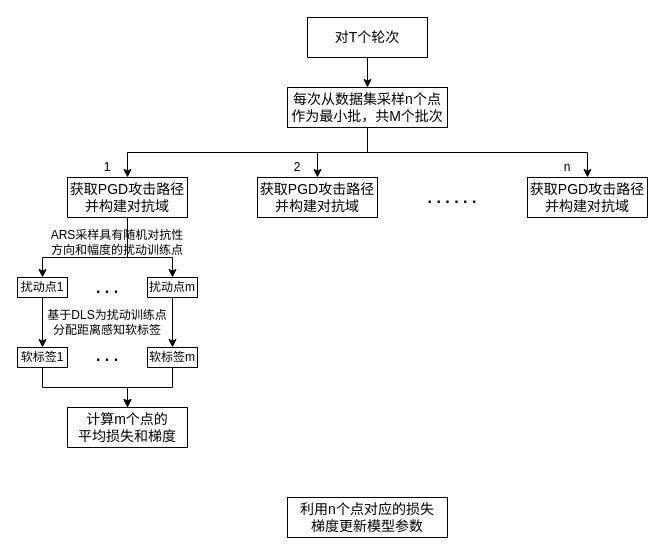
Zhou-AY/hello-world keeps this draw.io diagram as RAT.drawio. Above is the earlier version. Source tidied: cells renumbered, new cells numbered last; positions are measured from the earlier drawing's top-left corner, leaving out a move shared by most shapes. Both pictures are drawn from the tidied source at 100%, with x=0, y=0 at pixel (17, 17).
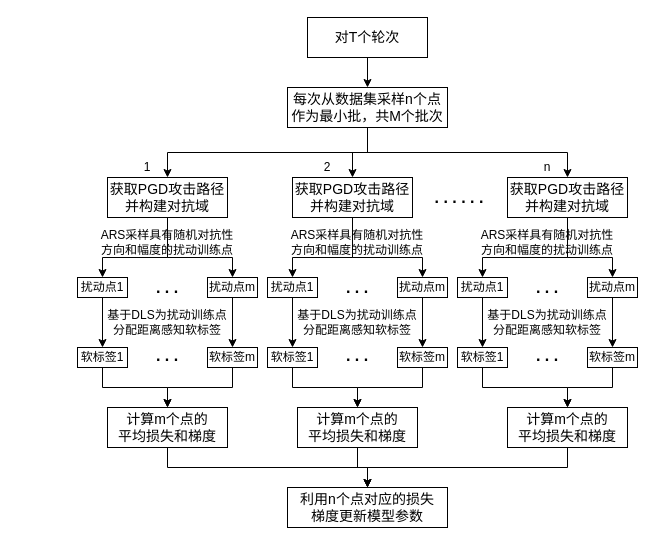
The same page after the edit.

Change to the diagram source:
```diff
@@
     <mxCell id="8" style="edgeStyle=orthogonalEdgeStyle;rounded=0;jettySize=auto;html=1;exitX=0.5;exitY=1;exitDx=0;exitDy=0;entryX=0.5;entryY=0;entryDx=0;entryDy=0;" parent="1" edge="1" source="10" target="18">
       <mxGeometry relative="1" as="geometry">
         <Array as="points">
-          <mxPoint x="110" y="240" />
-          <mxPoint x="25" y="240" />
+          <mxPoint x="150" y="240" />
+          <mxPoint x="85" y="240" />
         </Array>
       </mxGeometry>
     </mxCell>
-    <mxCell id="9" style="edgeStyle=orthogonalEdgeStyle;rounded=0;jettySize=auto;html=1;exitX=0.5;exitY=1;exitDx=0;exitDy=0;" parent="1" edge="1" source="10" target="20">
+    <mxCell id="9" style="edgeStyle=orthogonalEdgeStyle;rounded=0;jettySize=auto;html=1;exitX=0.5;exitY=1;exitDx=0;exitDy=0;entryX=0.5;entryY=0;entryDx=0;entryDy=0;" parent="1" edge="1" source="10" target="20">
       <mxGeometry relative="1" as="geometry">
         <Array as="points">
-          <mxPoint x="110" y="240" />
-          <mxPoint x="155" y="240" />
+          <mxPoint x="150" y="240" />
+          <mxPoint x="215" y="240" />
         </Array>
       </mxGeometry>
     </mxCell>
     <mxCell id="10" value="&lt;font style=&quot;font-size: 14px;&quot;&gt;获取PGD攻击路径&lt;br&gt;并构建对抗域&lt;br&gt;&lt;/font&gt;" style="rounded=0;whiteSpace=wrap;html=1;" parent="1" vertex="1">
-      <mxGeometry x="50" y="160" width="120" height="40" as="geometry" />
+      <mxGeometry x="90" y="160" width="120" height="40" as="geometry" />
     </mxCell>
+    <mxCell id="31" style="edgeStyle=orthogonalEdgeStyle;rounded=0;jettySize=auto;html=1;exitX=0.5;exitY=1;exitDx=0;exitDy=0;entryX=0.5;entryY=0;entryDx=0;entryDy=0;" parent="1" edge="1" source="11" target="35">
+      <mxGeometry relative="1" as="geometry">
+        <Array as="points">
+          <mxPoint x="335" y="240" />
+          <mxPoint x="275" y="240" />
+        </Array>
+      </mxGeometry>
+    </mxCell>
+    <mxCell id="32" style="edgeStyle=orthogonalEdgeStyle;rounded=0;jettySize=auto;html=1;exitX=0.5;exitY=1;exitDx=0;exitDy=0;" parent="1" edge="1" source="11" target="37">
+      <mxGeometry relative="1" as="geometry">
+        <Array as="points">
+          <mxPoint x="335" y="240" />
+          <mxPoint x="405" y="240" />
+        </Array>
+      </mxGeometry>
+    </mxCell>
     <mxCell id="11" value="&lt;font style=&quot;font-size: 14px;&quot;&gt;获取PGD攻击路径&lt;br&gt;并构建对抗域&lt;br&gt;&lt;/font&gt;" style="rounded=0;whiteSpace=wrap;html=1;" parent="1" vertex="1">
-      <mxGeometry x="240" y="160" width="120" height="40" as="geometry" />
+      <mxGeometry x="275" y="160" width="120" height="40" as="geometry" />
     </mxCell>
     <mxCell id="12" value="&lt;font style=&quot;font-size: 14px;&quot;&gt;获取PGD攻击路径&lt;br&gt;并构建对抗域&lt;br&gt;&lt;/font&gt;" style="rounded=0;whiteSpace=wrap;html=1;" parent="1" vertex="1">
-      <mxGeometry x="510" y="160" width="120" height="40" as="geometry" />
+      <mxGeometry x="490" y="160" width="120" height="40" as="geometry" />
     </mxCell>
     <mxCell id="13" value="1" style="text;html=1;strokeColor=none;fillColor=none;align=center;verticalAlign=middle;whiteSpace=wrap;rounded=0;" parent="1" vertex="1">
-      <mxGeometry x="80" y="140" width="20" height="20" as="geometry" />
+      <mxGeometry x="120" y="140" width="20" height="20" as="geometry" />
     </mxCell>
     <mxCell id="14" value="2" style="text;html=1;strokeColor=none;fillColor=none;align=center;verticalAlign=middle;whiteSpace=wrap;rounded=0;" parent="1" vertex="1">
-      <mxGeometry x="270" y="140" width="20" height="20" as="geometry" />
+      <mxGeometry x="300" y="140" width="20" height="20" as="geometry" />
     </mxCell>
     <mxCell id="15" value="n" style="text;html=1;strokeColor=none;fillColor=none;align=center;verticalAlign=middle;whiteSpace=wrap;rounded=0;" parent="1" vertex="1">
-      <mxGeometry x="540" y="140" width="20" height="20" as="geometry" />
+      <mxGeometry x="520" y="140" width="20" height="20" as="geometry" />
     </mxCell>
     <mxCell id="16" value="&lt;font size=&quot;1&quot; style=&quot;&quot;&gt;&lt;b style=&quot;font-size: 16px;&quot;&gt;. . . . . .&lt;/b&gt;&lt;/font&gt;" style="text;html=1;strokeColor=none;fillColor=none;align=center;verticalAlign=middle;whiteSpace=wrap;rounded=0;" parent="1" vertex="1">
-      <mxGeometry x="400" y="172.5" width="70" height="15" as="geometry" />
+      <mxGeometry x="407" y="172.5" width="70" height="15" as="geometry" />
     </mxCell>
@@
     <mxCell id="18" value="&lt;font style=&quot;font-size: 12px;&quot;&gt;扰动点1&lt;/font&gt;" style="rounded=0;whiteSpace=wrap;html=1;" parent="1" vertex="1">
-      <mxGeometry y="260" width="50" height="20" as="geometry" />
+      <mxGeometry x="60" y="260" width="50" height="20" as="geometry" />
     </mxCell>
@@
     <mxCell id="20" value="&lt;font style=&quot;font-size: 12px;&quot;&gt;扰动点m&lt;/font&gt;" style="rounded=0;whiteSpace=wrap;html=1;" parent="1" vertex="1">
-      <mxGeometry x="130" y="260" width="50" height="20" as="geometry" />
+      <mxGeometry x="190" y="260" width="50" height="20" as="geometry" />
     </mxCell>
     <mxCell id="21" value="ARS采样具有随机对抗性方向和幅度的扰动训练点" style="text;html=1;strokeColor=none;fillColor=none;align=center;verticalAlign=middle;whiteSpace=wrap;rounded=0;" parent="1" vertex="1">
-      <mxGeometry x="30" y="210" width="140" height="30" as="geometry" />
+      <mxGeometry x="80" y="210" width="140" height="30" as="geometry" />
     </mxCell>
     <mxCell id="22" value="&lt;font size=&quot;1&quot; style=&quot;&quot;&gt;&lt;b style=&quot;font-size: 16px;&quot;&gt;. . .&lt;/b&gt;&lt;/font&gt;" style="text;html=1;strokeColor=none;fillColor=none;align=center;verticalAlign=middle;whiteSpace=wrap;rounded=0;" parent="1" vertex="1">
-      <mxGeometry x="70" y="262.5" width="40" height="15" as="geometry" />
+      <mxGeometry x="130" y="262.5" width="40" height="15" as="geometry" />
     </mxCell>
@@
     <mxCell id="24" value="&lt;font style=&quot;font-size: 12px;&quot;&gt;软标签1&lt;/font&gt;" style="rounded=0;whiteSpace=wrap;html=1;" parent="1" vertex="1">
-      <mxGeometry y="330" width="50" height="20" as="geometry" />
+      <mxGeometry x="60" y="330" width="50" height="20" as="geometry" />
     </mxCell>
@@
     <mxCell id="26" value="&lt;font style=&quot;font-size: 12px;&quot;&gt;软标签m&lt;br&gt;&lt;/font&gt;" style="rounded=0;whiteSpace=wrap;html=1;" parent="1" vertex="1">
-      <mxGeometry x="130" y="330" width="50" height="20" as="geometry" />
+      <mxGeometry x="190" y="330" width="50" height="20" as="geometry" />
     </mxCell>
     <mxCell id="27" value="&lt;font size=&quot;1&quot; style=&quot;&quot;&gt;&lt;b style=&quot;font-size: 16px;&quot;&gt;. . .&lt;/b&gt;&lt;/font&gt;" style="text;html=1;strokeColor=none;fillColor=none;align=center;verticalAlign=middle;whiteSpace=wrap;rounded=0;" parent="1" vertex="1">
-      <mxGeometry x="70" y="330" width="40" height="15" as="geometry" />
+      <mxGeometry x="130" y="330" width="40" height="15" as="geometry" />
     </mxCell>
     <mxCell id="28" value="基于DLS为扰动训练点分配距离感知软标签" style="text;html=1;strokeColor=none;fillColor=none;align=center;verticalAlign=middle;whiteSpace=wrap;rounded=0;" parent="1" vertex="1">
-      <mxGeometry x="25" y="290" width="130" height="30" as="geometry" />
+      <mxGeometry x="85" y="290" width="130" height="30" as="geometry" />
     </mxCell>
+    <mxCell id="33" style="edgeStyle=orthogonalEdgeStyle;rounded=0;jettySize=auto;html=1;exitX=0.5;exitY=1;exitDx=0;exitDy=0;entryX=0.5;entryY=0;entryDx=0;entryDy=0;" parent="1" edge="1" source="29" target="30">
+      <mxGeometry relative="1" as="geometry" />
+    </mxCell>
     <mxCell id="29" value="&lt;font style=&quot;font-size: 14px;&quot;&gt;计算m个点的&lt;br&gt;平均损失和梯度&lt;br&gt;&lt;/font&gt;" style="rounded=0;whiteSpace=wrap;html=1;" parent="1" vertex="1">
-      <mxGeometry x="50" y="390" width="120" height="40" as="geometry" />
+      <mxGeometry x="90" y="390" width="120" height="40" as="geometry" />
     </mxCell>
     <mxCell id="30" value="&lt;font style=&quot;font-size: 14px;&quot;&gt;利用n个点对应的损失&lt;br&gt;梯度更新模型参数&lt;br&gt;&lt;/font&gt;" style="rounded=0;whiteSpace=wrap;html=1;" parent="1" vertex="1">
-      <mxGeometry x="270" y="480" width="160" height="40" as="geometry" />
+      <mxGeometry x="270" y="470" width="160" height="40" as="geometry" />
     </mxCell>
+    <mxCell id="34" style="edgeStyle=orthogonalEdgeStyle;rounded=0;jettySize=auto;html=1;exitX=0.5;exitY=1;exitDx=0;exitDy=0;entryX=0.5;entryY=0;entryDx=0;entryDy=0;" parent="1" edge="1" source="35" target="41">
+      <mxGeometry relative="1" as="geometry" />
+    </mxCell>
+    <mxCell id="35" value="&lt;font style=&quot;font-size: 12px;&quot;&gt;扰动点1&lt;/font&gt;" style="rounded=0;whiteSpace=wrap;html=1;" parent="1" vertex="1">
+      <mxGeometry x="250" y="260" width="50" height="20" as="geometry" />
+    </mxCell>
+    <mxCell id="36" style="edgeStyle=orthogonalEdgeStyle;rounded=0;jettySize=auto;html=1;exitX=0.5;exitY=1;exitDx=0;exitDy=0;entryX=0.5;entryY=0;entryDx=0;entryDy=0;" parent="1" edge="1" source="37" target="43">
+      <mxGeometry relative="1" as="geometry" />
+    </mxCell>
+    <mxCell id="37" value="&lt;font style=&quot;font-size: 12px;&quot;&gt;扰动点m&lt;/font&gt;" style="rounded=0;whiteSpace=wrap;html=1;" parent="1" vertex="1">
+      <mxGeometry x="380" y="260" width="50" height="20" as="geometry" />
+    </mxCell>
+    <mxCell id="38" value="ARS采样具有随机对抗性方向和幅度的扰动训练点" style="text;html=1;strokeColor=none;fillColor=none;align=center;verticalAlign=middle;whiteSpace=wrap;rounded=0;" parent="1" vertex="1">
+      <mxGeometry x="270" y="210" width="140" height="30" as="geometry" />
+    </mxCell>
+    <mxCell id="39" value="&lt;font size=&quot;1&quot; style=&quot;&quot;&gt;&lt;b style=&quot;font-size: 16px;&quot;&gt;. . .&lt;/b&gt;&lt;/font&gt;" style="text;html=1;strokeColor=none;fillColor=none;align=center;verticalAlign=middle;whiteSpace=wrap;rounded=0;" parent="1" vertex="1">
+      <mxGeometry x="320" y="262.5" width="40" height="15" as="geometry" />
+    </mxCell>
+    <mxCell id="40" style="edgeStyle=orthogonalEdgeStyle;rounded=0;jettySize=auto;html=1;exitX=0.5;exitY=1;exitDx=0;exitDy=0;" parent="1" edge="1" source="41" target="47">
+      <mxGeometry relative="1" as="geometry" />
+    </mxCell>
+    <mxCell id="41" value="&lt;font style=&quot;font-size: 12px;&quot;&gt;软标签1&lt;/font&gt;" style="rounded=0;whiteSpace=wrap;html=1;" parent="1" vertex="1">
+      <mxGeometry x="250" y="330" width="50" height="20" as="geometry" />
+    </mxCell>
+    <mxCell id="42" style="edgeStyle=orthogonalEdgeStyle;rounded=0;jettySize=auto;html=1;exitX=0.5;exitY=1;exitDx=0;exitDy=0;" parent="1" edge="1" source="43" target="47">
+      <mxGeometry relative="1" as="geometry" />
+    </mxCell>
+    <mxCell id="43" value="&lt;font style=&quot;font-size: 12px;&quot;&gt;软标签m&lt;br&gt;&lt;/font&gt;" style="rounded=0;whiteSpace=wrap;html=1;" parent="1" vertex="1">
+      <mxGeometry x="380" y="330" width="50" height="20" as="geometry" />
+    </mxCell>
+    <mxCell id="44" value="&lt;font size=&quot;1&quot; style=&quot;&quot;&gt;&lt;b style=&quot;font-size: 16px;&quot;&gt;. . .&lt;/b&gt;&lt;/font&gt;" style="text;html=1;strokeColor=none;fillColor=none;align=center;verticalAlign=middle;whiteSpace=wrap;rounded=0;" parent="1" vertex="1">
+      <mxGeometry x="320" y="330" width="40" height="15" as="geometry" />
+    </mxCell>
+    <mxCell id="45" value="基于DLS为扰动训练点分配距离感知软标签" style="text;html=1;strokeColor=none;fillColor=none;align=center;verticalAlign=middle;whiteSpace=wrap;rounded=0;" parent="1" vertex="1">
+      <mxGeometry x="275" y="290" width="130" height="30" as="geometry" />
+    </mxCell>
+    <mxCell id="46" style="edgeStyle=orthogonalEdgeStyle;rounded=0;jettySize=auto;html=1;exitX=0.5;exitY=1;exitDx=0;exitDy=0;entryX=0.5;entryY=0;entryDx=0;entryDy=0;" parent="1" edge="1" source="47" target="30">
+      <mxGeometry relative="1" as="geometry" />
+    </mxCell>
+    <mxCell id="47" value="&lt;font style=&quot;font-size: 14px;&quot;&gt;计算m个点的&lt;br&gt;平均损失和梯度&lt;br&gt;&lt;/font&gt;" style="rounded=0;whiteSpace=wrap;html=1;" parent="1" vertex="1">
+      <mxGeometry x="280" y="390" width="120" height="40" as="geometry" />
+    </mxCell>
+    <mxCell id="48" style="edgeStyle=orthogonalEdgeStyle;rounded=0;jettySize=auto;html=1;exitX=0.5;exitY=1;exitDx=0;exitDy=0;entryX=0.5;entryY=0;entryDx=0;entryDy=0;" parent="1" edge="1" target="51">
+      <mxGeometry relative="1" as="geometry">
+        <mxPoint x="550" y="200" as="sourcePoint" />
+        <Array as="points">
+          <mxPoint x="550" y="240" />
+          <mxPoint x="465" y="240" />
+        </Array>
+      </mxGeometry>
+    </mxCell>
+    <mxCell id="49" style="edgeStyle=orthogonalEdgeStyle;rounded=0;jettySize=auto;html=1;exitX=0.5;exitY=1;exitDx=0;exitDy=0;" parent="1" edge="1" target="53">
+      <mxGeometry relative="1" as="geometry">
+        <mxPoint x="550" y="200" as="sourcePoint" />
+        <Array as="points">
+          <mxPoint x="550" y="240" />
+          <mxPoint x="595" y="240" />
+        </Array>
+      </mxGeometry>
+    </mxCell>
+    <mxCell id="50" style="edgeStyle=orthogonalEdgeStyle;rounded=0;jettySize=auto;html=1;exitX=0.5;exitY=1;exitDx=0;exitDy=0;entryX=0.5;entryY=0;entryDx=0;entryDy=0;" parent="1" edge="1" source="51" target="57">
+      <mxGeometry relative="1" as="geometry" />
+    </mxCell>
+    <mxCell id="51" value="&lt;font style=&quot;font-size: 12px;&quot;&gt;扰动点1&lt;/font&gt;" style="rounded=0;whiteSpace=wrap;html=1;" parent="1" vertex="1">
+      <mxGeometry x="440" y="260" width="50" height="20" as="geometry" />
+    </mxCell>
+    <mxCell id="52" style="edgeStyle=orthogonalEdgeStyle;rounded=0;jettySize=auto;html=1;exitX=0.5;exitY=1;exitDx=0;exitDy=0;entryX=0.5;entryY=0;entryDx=0;entryDy=0;" parent="1" edge="1" source="53" target="59">
+      <mxGeometry relative="1" as="geometry" />
+    </mxCell>
+    <mxCell id="53" value="&lt;font style=&quot;font-size: 12px;&quot;&gt;扰动点m&lt;/font&gt;" style="rounded=0;whiteSpace=wrap;html=1;" parent="1" vertex="1">
+      <mxGeometry x="570" y="260" width="50" height="20" as="geometry" />
+    </mxCell>
+    <mxCell id="54" value="ARS采样具有随机对抗性方向和幅度的扰动训练点" style="text;html=1;strokeColor=none;fillColor=none;align=center;verticalAlign=middle;whiteSpace=wrap;rounded=0;" parent="1" vertex="1">
+      <mxGeometry x="460" y="210" width="140" height="30" as="geometry" />
+    </mxCell>
+    <mxCell id="55" value="&lt;font size=&quot;1&quot; style=&quot;&quot;&gt;&lt;b style=&quot;font-size: 16px;&quot;&gt;. . .&lt;/b&gt;&lt;/font&gt;" style="text;html=1;strokeColor=none;fillColor=none;align=center;verticalAlign=middle;whiteSpace=wrap;rounded=0;" parent="1" vertex="1">
+      <mxGeometry x="510" y="262.5" width="40" height="15" as="geometry" />
+    </mxCell>
+    <mxCell id="56" style="edgeStyle=orthogonalEdgeStyle;rounded=0;jettySize=auto;html=1;exitX=0.5;exitY=1;exitDx=0;exitDy=0;" parent="1" edge="1" source="57" target="63">
+      <mxGeometry relative="1" as="geometry" />
+    </mxCell>
+    <mxCell id="57" value="&lt;font style=&quot;font-size: 12px;&quot;&gt;软标签1&lt;/font&gt;" style="rounded=0;whiteSpace=wrap;html=1;" parent="1" vertex="1">
+      <mxGeometry x="440" y="330" width="50" height="20" as="geometry" />
+    </mxCell>
+    <mxCell id="58" style="edgeStyle=orthogonalEdgeStyle;rounded=0;jettySize=auto;html=1;exitX=0.5;exitY=1;exitDx=0;exitDy=0;" parent="1" edge="1" source="59" target="63">
+      <mxGeometry relative="1" as="geometry" />
+    </mxCell>
+    <mxCell id="59" value="&lt;font style=&quot;font-size: 12px;&quot;&gt;软标签m&lt;br&gt;&lt;/font&gt;" style="rounded=0;whiteSpace=wrap;html=1;" parent="1" vertex="1">
+      <mxGeometry x="570" y="330" width="50" height="20" as="geometry" />
+    </mxCell>
+    <mxCell id="60" value="&lt;font size=&quot;1&quot; style=&quot;&quot;&gt;&lt;b style=&quot;font-size: 16px;&quot;&gt;. . .&lt;/b&gt;&lt;/font&gt;" style="text;html=1;strokeColor=none;fillColor=none;align=center;verticalAlign=middle;whiteSpace=wrap;rounded=0;" parent="1" vertex="1">
+      <mxGeometry x="510" y="330" width="40" height="15" as="geometry" />
+    </mxCell>
+    <mxCell id="61" value="基于DLS为扰动训练点分配距离感知软标签" style="text;html=1;strokeColor=none;fillColor=none;align=center;verticalAlign=middle;whiteSpace=wrap;rounded=0;" parent="1" vertex="1">
+      <mxGeometry x="465" y="290" width="130" height="30" as="geometry" />
+    </mxCell>
+    <mxCell id="62" style="edgeStyle=orthogonalEdgeStyle;rounded=0;jettySize=auto;html=1;exitX=0.5;exitY=1;exitDx=0;exitDy=0;entryX=0.5;entryY=0;entryDx=0;entryDy=0;" parent="1" edge="1" source="63" target="30">
+      <mxGeometry relative="1" as="geometry" />
+    </mxCell>
+    <mxCell id="63" value="&lt;font style=&quot;font-size: 14px;&quot;&gt;计算m个点的&lt;br&gt;平均损失和梯度&lt;br&gt;&lt;/font&gt;" style="rounded=0;whiteSpace=wrap;html=1;" parent="1" vertex="1">
+      <mxGeometry x="490" y="390" width="120" height="40" as="geometry" />
+    </mxCell>
```
